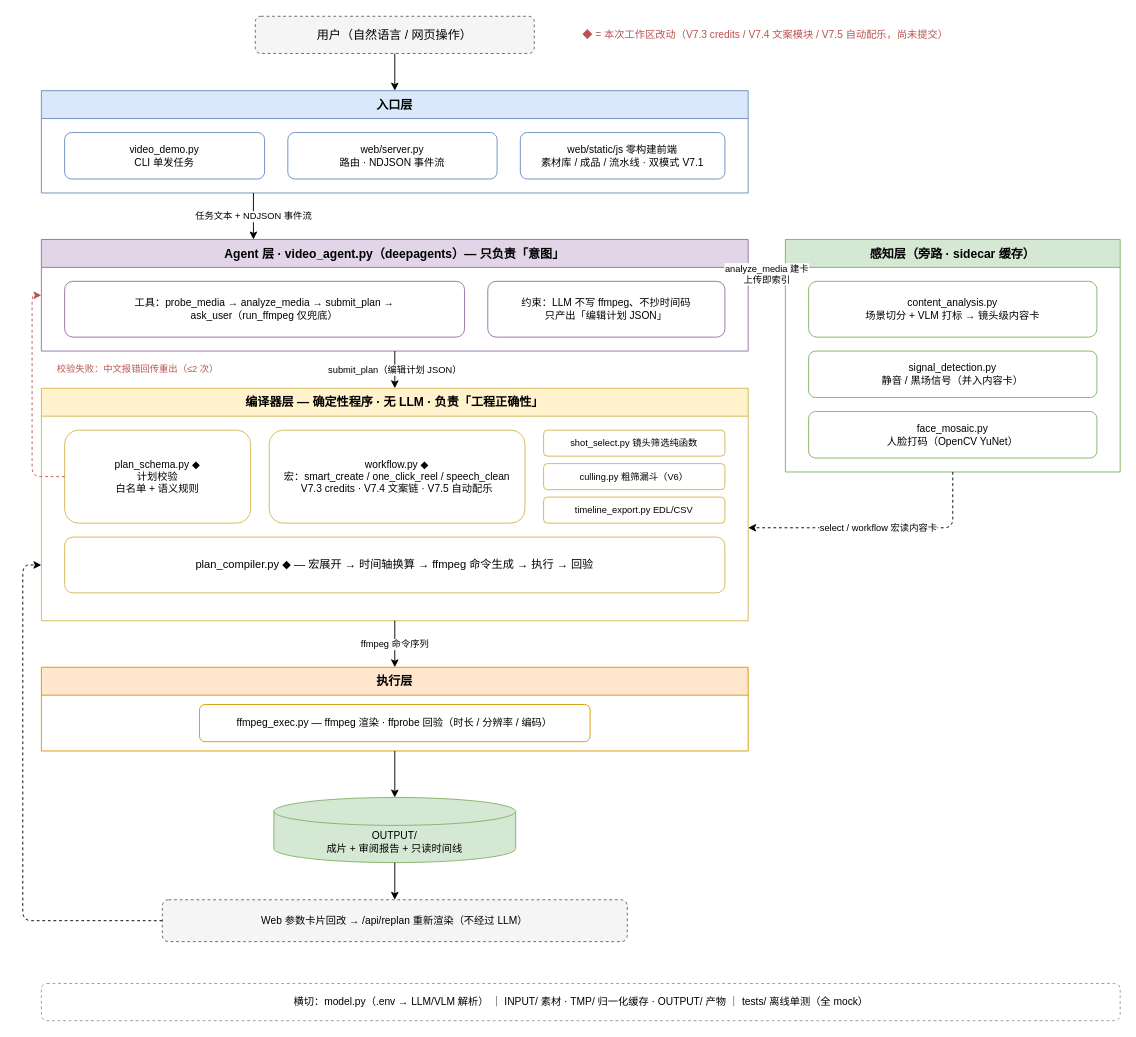
Earlier version of the draw.io diagram page "总体分层架构" (1 of 2) of docs/architecture.drawio (CoderPro-young/SmartTrimAgent-). Source tidied: cells renumbered, new cells numbered last; positions are measured from the earlier drawing's top-left corner, leaving out a move shared by most shapes. Both pictures are drawn from the tidied source at 93%, with x=0, y=0 at pixel (22, 16).
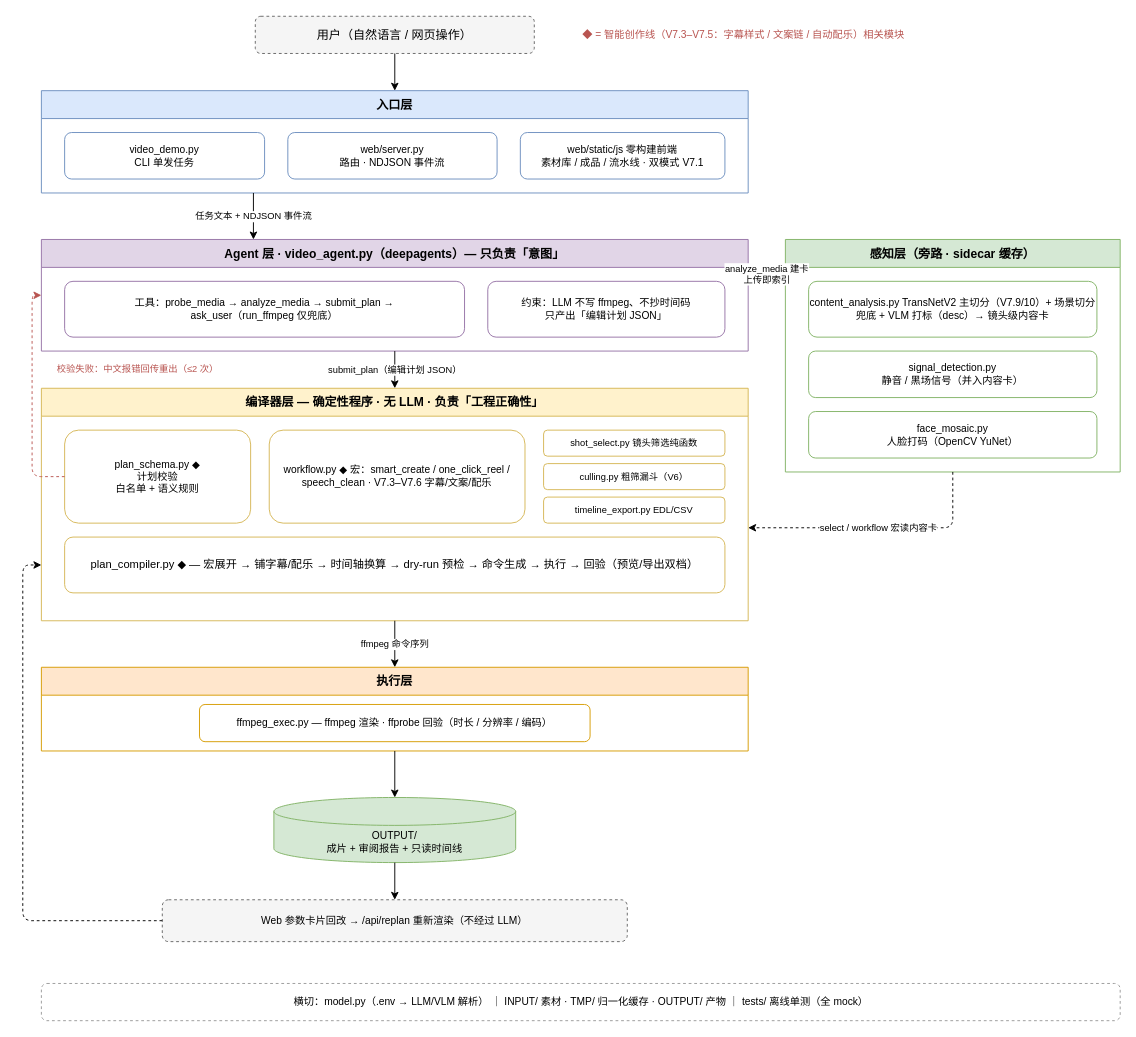
The same diagram, later.

Unchanged cells that the change refers to:
```xml
<mxCell id="11" value="感知层（旁路 · sidecar 缓存）" style="swimlane;startSize=30;html=1;whiteSpace=wrap;fontSize=13;fontStyle=1;fillColor=#d5e8d4;strokeColor=#82b366;" parent="1" vertex="1">
  <mxGeometry x="820" y="240" width="360" height="250" as="geometry" />
</mxCell>
<mxCell id="15" value="编译器层 — 确定性程序 · 无 LLM · 负责「工程正确性」" style="swimlane;startSize=30;html=1;whiteSpace=wrap;fontSize=13;fontStyle=1;fillColor=#fff2cc;strokeColor=#d6b656;" parent="1" vertex="1">
  <mxGeometry x="20" y="400" width="760" height="250" as="geometry" />
</mxCell>
```

What changed in the source:
```diff
@@
-    <mxCell id="3" value="◆ = 本次工作区改动（V7.3 credits / V7.4 文案模块 / V7.5 自动配乐，尚未提交）" style="text;html=1;align=left;verticalAlign=middle;fontColor=#b85450;fontSize=11;" parent="1" vertex="1">
+    <mxCell id="3" value="◆ = 智能创作线（V7.3–V7.5：字幕样式 / 文案链 / 自动配乐）相关模块" style="text;html=1;align=left;verticalAlign=middle;fontColor=#b85450;fontSize=11;" parent="1" vertex="1">
       <mxGeometry x="600" y="5" width="580" height="30" as="geometry" />
     </mxCell>
@@
-    <mxCell id="12" value="content_analysis.py&#10;场景切分 + VLM 打标 → 镜头级内容卡" style="rounded=1;whiteSpace=wrap;html=1;fillColor=#ffffff;strokeColor=#82b366;fontSize=11;" parent="11" vertex="1">
+    <mxCell id="12" value="content_analysis.py TransNetV2 主切分（V7.9/10）+ 场景切分兜底 + VLM 打标（desc）→ 镜头级内容卡" style="rounded=1;whiteSpace=wrap;html=1;fillColor=#ffffff;strokeColor=#82b366;fontSize=11;" parent="11" vertex="1">
       <mxGeometry x="25" y="45" width="310" height="60" as="geometry" />
     </mxCell>
@@
-    <mxCell id="17" value="workflow.py ◆&#10;宏：smart_create / one_click_reel / speech_clean&#10;V7.3 credits · V7.4 文案链 · V7.5 自动配乐" style="rounded=1;whiteSpace=wrap;html=1;fillColor=#ffffff;strokeColor=#d6b656;fontSize=11;" parent="15" vertex="1">
+    <mxCell id="17" value="workflow.py ◆ 宏：smart_create / one_click_reel / speech_clean · V7.3–V7.6 字幕/文案/配乐" style="rounded=1;whiteSpace=wrap;html=1;fillColor=#ffffff;strokeColor=#d6b656;fontSize=11;" parent="15" vertex="1">
       <mxGeometry x="245" y="45" width="275" height="100" as="geometry" />
     </mxCell>
@@
-    <mxCell id="21" value="plan_compiler.py ◆ — 宏展开 → 时间轴换算 → ffmpeg 命令生成 → 执行 → 回验" style="rounded=1;whiteSpace=wrap;html=1;fillColor=#ffffff;strokeColor=#d6b656;fontSize=12;" parent="15" vertex="1">
+    <mxCell id="21" value="plan_compiler.py ◆ — 宏展开 → 铺字幕/配乐 → 时间轴换算 → dry-run 预检 → 命令生成 → 执行 → 回验（预览/导出双档）" style="rounded=1;whiteSpace=wrap;html=1;fillColor=#ffffff;strokeColor=#d6b656;fontSize=12;" parent="15" vertex="1">
       <mxGeometry x="25" y="160" width="710" height="60" as="geometry" />
     </mxCell>
```
